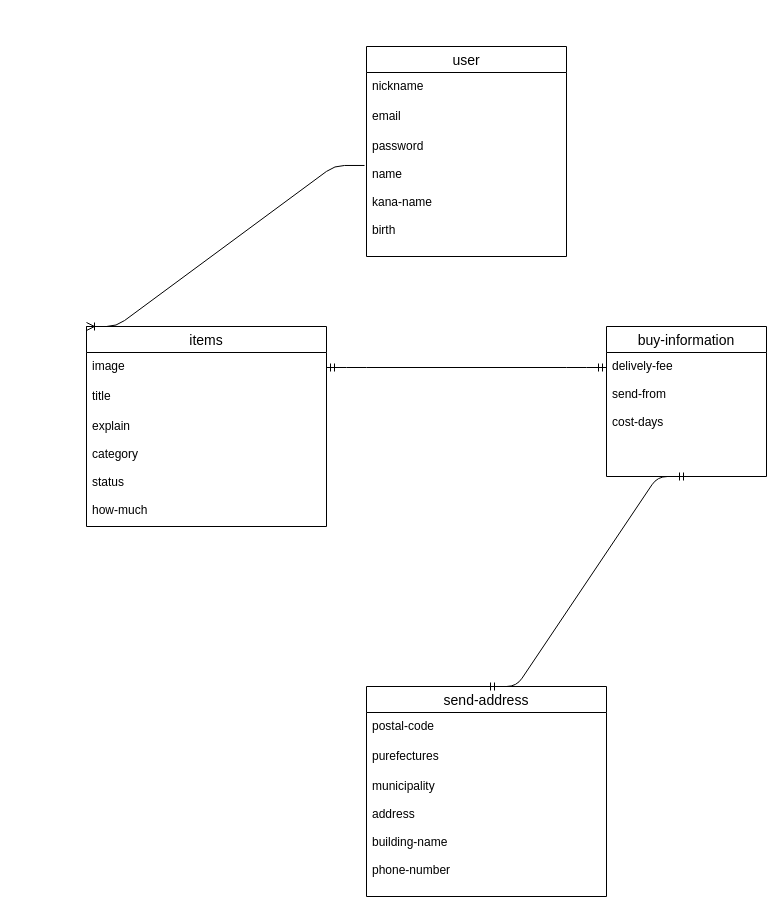
Above: ER.dio in Satota2048/furima-34998 (draw.io), before the change. Source tidied: cells renumbered, new cells numbered last; positions are measured from the earlier drawing's top-left corner, leaving out a move shared by most shapes. Both pictures are drawn from the tidied source at 100%, with x=0, y=0 at pixel (86, 46).
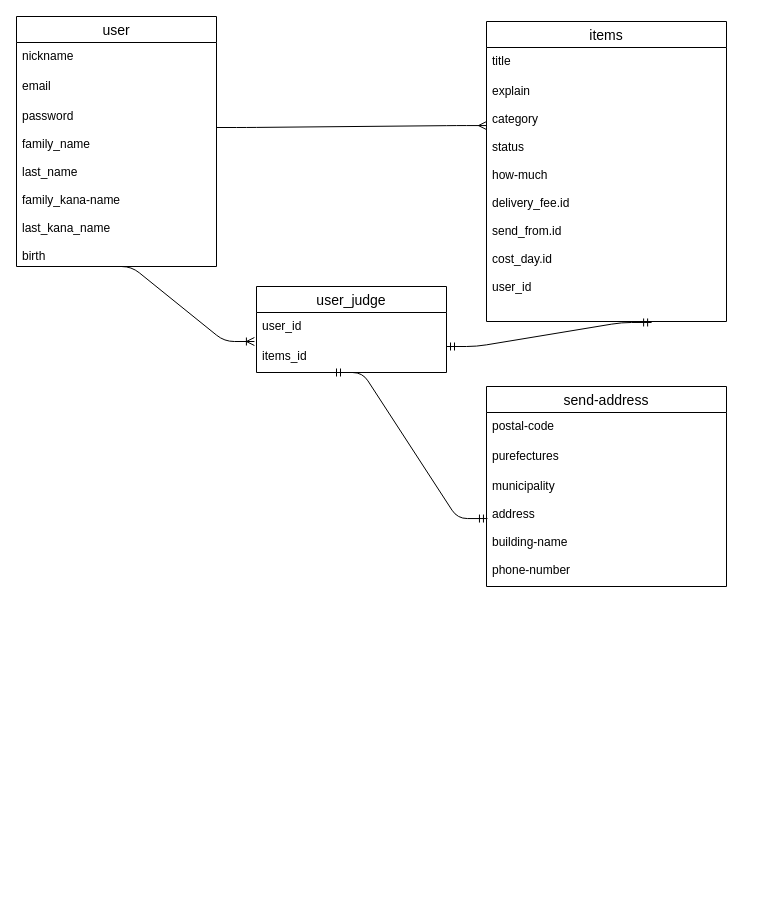
The same page after the edit.

Commit message (it also covers changes not shown here):
データベース設計訂正１

Change to the diagram source:
```diff
@@
     <mxCell id="2" value="user" style="swimlane;fontStyle=0;horizontal=1;startSize=26;align=center;fontSize=14;" parent="1" vertex="1">
-      <mxGeometry x="280" width="200" height="210" as="geometry" />
+      <mxGeometry x="-70" y="-30" width="200" height="250" as="geometry" />
     </mxCell>
@@
-    <mxCell id="5" value="password&#10;&#10;name&#10;&#10;kana-name&#10;&#10;birth&#10;" style="text;strokeColor=none;fillColor=none;spacingLeft=4;spacingRight=4;overflow=hidden;points=[[0,0.5],[1,0.5]];portConstraint=eastwest;fontSize=12;" parent="2" vertex="1">
-      <mxGeometry y="86" width="200" height="124" as="geometry" />
+    <mxCell id="5" value="password&#10;&#10;family_name&#10;&#10;last_name&#10;&#10;family_kana-name&#10;&#10;last_kana_name&#10;&#10;birth&#10;" style="text;strokeColor=none;fillColor=none;spacingLeft=4;spacingRight=4;overflow=hidden;points=[[0,0.5],[1,0.5]];portConstraint=eastwest;fontSize=12;" parent="2" vertex="1">
+      <mxGeometry y="86" width="200" height="164" as="geometry" />
     </mxCell>
-    <mxCell id="6" style="edgeStyle=orthogonalEdgeStyle;rounded=0;jettySize=auto;html=1;exitX=1;exitY=0.5;exitDx=0;exitDy=0;" parent="2" edge="1" source="5">
+    <mxCell id="6" style="edgeStyle=orthogonalEdgeStyle;rounded=0;jettySize=auto;html=1;exitX=1;exitY=0.5;exitDx=0;exitDy=0;strokeColor=none;" parent="2" edge="1" source="5">
       <mxGeometry relative="1" as="geometry">
         <mxPoint x="200" y="148" as="targetPoint" />
       </mxGeometry>
     </mxCell>
@@
     <mxCell id="9" value="items" style="swimlane;fontStyle=0;horizontal=1;startSize=26;align=center;fontSize=14;" parent="1" vertex="1">
-      <mxGeometry y="280" width="240" height="200" as="geometry" />
+      <mxGeometry x="400" y="-25" width="240" height="300" as="geometry" />
     </mxCell>
-    <mxCell id="10" value="image" style="text;strokeColor=none;fillColor=none;spacingLeft=4;spacingRight=4;overflow=hidden;points=[[0,0.5],[1,0.5]];portConstraint=eastwest;fontSize=12;" parent="9" vertex="1">
-      <mxGeometry y="26" width="240" height="30" as="geometry" />
-    </mxCell>
     <mxCell id="11" value="title" style="text;strokeColor=none;fillColor=none;spacingLeft=4;spacingRight=4;overflow=hidden;fontSize=12;" parent="9" vertex="1">
-      <mxGeometry y="56" width="240" height="30" as="geometry" />
+      <mxGeometry y="26" width="240" height="30" as="geometry" />
     </mxCell>
-    <mxCell id="12" value="explain&#10;&#10;category&#10;&#10;status&#10;&#10;how-much" style="text;strokeColor=none;fillColor=none;spacingLeft=4;spacingRight=4;overflow=hidden;points=[[0,0.5],[1,0.5]];portConstraint=eastwest;fontSize=12;" parent="9" vertex="1">
-      <mxGeometry y="86" width="240" height="114" as="geometry" />
+    <mxCell id="12" value="explain&#10;&#10;category&#10;&#10;status&#10;&#10;how-much&#10;&#10;delivery_fee.id&#10;&#10;send_from.id&#10;&#10;cost_day.id&#10;&#10;user_id" style="text;strokeColor=none;fillColor=none;spacingLeft=4;spacingRight=4;overflow=hidden;points=[[0,0.5],[1,0.5]];portConstraint=eastwest;fontSize=12;" parent="9" vertex="1">
+      <mxGeometry y="56" width="240" height="244" as="geometry" />
     </mxCell>
     <mxCell id="13" value="send-address" style="swimlane;fontStyle=0;horizontal=1;startSize=26;align=center;fontSize=14;" parent="1" vertex="1">
-      <mxGeometry x="280" y="640" width="240" height="210" as="geometry" />
+      <mxGeometry x="400" y="340" width="240" height="200" as="geometry" />
     </mxCell>
@@
     <mxCell id="16" value="municipality&#10;&#10;address&#10;&#10;building-name&#10;&#10;phone-number" style="text;strokeColor=none;fillColor=none;spacingLeft=4;spacingRight=4;overflow=hidden;points=[[0,0.5],[1,0.5]];portConstraint=eastwest;fontSize=12;" parent="13" vertex="1">
-      <mxGeometry y="86" width="240" height="124" as="geometry" />
+      <mxGeometry y="86" width="240" height="114" as="geometry" />
     </mxCell>
-    <mxCell id="17" style="edgeStyle=entityRelationEdgeStyle;fontSize=12;html=1;endArrow=ERoneToMany;exitX=-0.01;exitY=0.266;exitDx=0;exitDy=0;exitPerimeter=0;entryX=0;entryY=0;entryDx=0;entryDy=0;" parent="1" edge="1" source="5" target="9">
-      <mxGeometry relative="1" as="geometry" />
-    </mxCell>
-    <mxCell id="18" value="buy-information" style="swimlane;fontStyle=0;horizontal=1;startSize=26;align=center;fontSize=14;" parent="1" vertex="1">
-      <mxGeometry x="520" y="280" width="160" height="150" as="geometry" />
-    </mxCell>
-    <mxCell id="19" value="delively-fee&#10;&#10;send-from&#10;&#10;cost-days" style="text;strokeColor=none;fillColor=none;spacingLeft=4;spacingRight=4;overflow=hidden;points=[[0,0.5],[1,0.5]];portConstraint=eastwest;fontSize=12;" parent="18" vertex="1">
-      <mxGeometry y="26" width="160" height="124" as="geometry" />
-    </mxCell>
-    <mxCell id="20" style="edgeStyle=entityRelationEdgeStyle;fontSize=12;html=1;endArrow=ERmandOne;startArrow=ERmandOne;entryX=0;entryY=0.121;entryDx=0;entryDy=0;entryPerimeter=0;exitX=1;exitY=0.5;exitDx=0;exitDy=0;" parent="1" edge="1" source="10" target="19">
-      <mxGeometry relative="1" as="geometry" />
-    </mxCell>
-    <mxCell id="21" style="edgeStyle=entityRelationEdgeStyle;fontSize=12;html=1;endArrow=ERmandOne;startArrow=ERmandOne;" parent="1" edge="1">
-      <mxGeometry relative="1" as="geometry">
-        <mxPoint x="400" y="640" as="sourcePoint" />
-        <mxPoint x="601" y="430" as="targetPoint" />
-      </mxGeometry>
-    </mxCell>
+    <mxCell id="22" style="edgeStyle=entityRelationEdgeStyle;fontSize=12;html=1;endArrow=ERmany;entryX=0;entryY=0.197;entryDx=0;entryDy=0;entryPerimeter=0;" parent="1" edge="1" target="12">
+      <mxGeometry relative="1" as="geometry">
+        <mxPoint x="130" y="81" as="sourcePoint" />
+      </mxGeometry>
+    </mxCell>
+    <mxCell id="23" value="user_judge" style="swimlane;fontStyle=0;horizontal=1;startSize=26;align=center;fontSize=14;" parent="1" vertex="1">
+      <mxGeometry x="170" y="240" width="190" height="86" as="geometry" />
+    </mxCell>
+    <mxCell id="24" value="user_id" style="text;strokeColor=none;fillColor=none;spacingLeft=4;spacingRight=4;overflow=hidden;points=[[0,0.5],[1,0.5]];portConstraint=eastwest;fontSize=12;" parent="23" vertex="1">
+      <mxGeometry y="26" width="190" height="30" as="geometry" />
+    </mxCell>
+    <mxCell id="25" value="items_id" style="text;strokeColor=none;fillColor=none;spacingLeft=4;spacingRight=4;overflow=hidden;points=[[0,0.5],[1,0.5]];portConstraint=eastwest;fontSize=12;" parent="23" vertex="1">
+      <mxGeometry y="56" width="190" height="30" as="geometry" />
+    </mxCell>
+    <mxCell id="26" style="edgeStyle=entityRelationEdgeStyle;fontSize=12;html=1;endArrow=ERmandOne;startArrow=ERmandOne;entryX=0.004;entryY=0.404;entryDx=0;entryDy=0;entryPerimeter=0;exitX=0.4;exitY=1;exitDx=0;exitDy=0;exitPerimeter=0;" parent="1" edge="1" source="25" target="16">
+      <mxGeometry relative="1" as="geometry" />
+    </mxCell>
+    <mxCell id="27" style="edgeStyle=entityRelationEdgeStyle;fontSize=12;html=1;endArrow=ERoneToMany;entryX=-0.011;entryY=0.967;entryDx=0;entryDy=0;entryPerimeter=0;" parent="1" edge="1" target="24">
+      <mxGeometry relative="1" as="geometry">
+        <mxPoint x="15" y="220" as="sourcePoint" />
+      </mxGeometry>
+    </mxCell>
+    <mxCell id="28" style="edgeStyle=entityRelationEdgeStyle;fontSize=12;html=1;endArrow=ERmandOne;startArrow=ERmandOne;entryX=0.688;entryY=1.004;entryDx=0;entryDy=0;entryPerimeter=0;" parent="1" edge="1" target="12">
+      <mxGeometry relative="1" as="geometry">
+        <mxPoint x="360" y="300" as="sourcePoint" />
+      </mxGeometry>
+    </mxCell>
```
